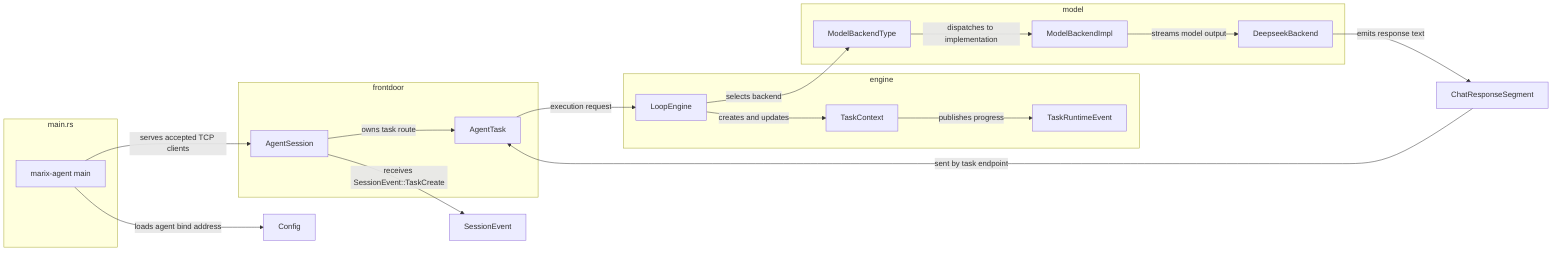
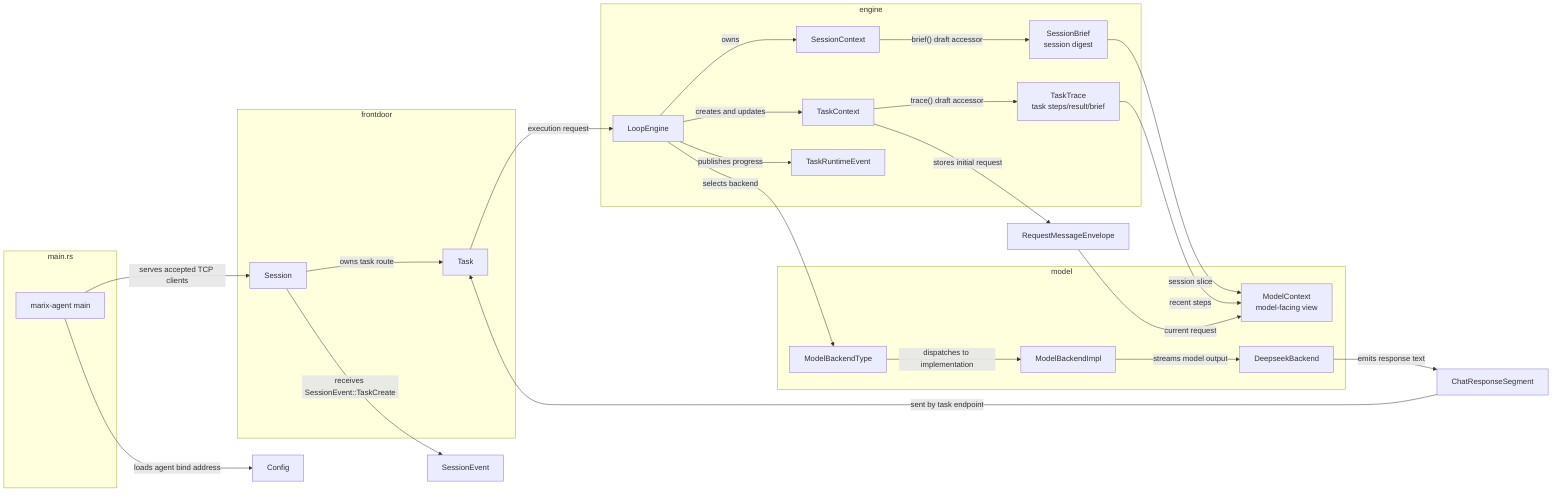
flowchart LR
  subgraph main_rs["main.rs"]
    AgentMain["marix-agent main"]
  end

  subgraph frontdoor["frontdoor"]
-     AgentSession["AgentSession"]
-     AgentTask["AgentTask"]
+     Session["Session"]
+     Task["Task"]
  end

  subgraph engine["engine"]
    LoopEngine["LoopEngine"]
+     SessionContext["SessionContext"]
+     SessionBrief["SessionBrief\nsession digest"]
    TaskContext["TaskContext"]
+     TaskTrace["TaskTrace\ntask steps/result/brief"]
    TaskRuntimeEvent["TaskRuntimeEvent"]
  end

  subgraph model["model"]
+     ModelContext["ModelContext\nmodel-facing view"]
    ModelBackendType["ModelBackendType"]
    ModelBackendImpl["ModelBackendImpl"]
    DeepseekBackend["DeepseekBackend"]
  end

  Config["Config"]
  SessionEvent["SessionEvent"]
+   RequestMessageEnvelope["RequestMessageEnvelope"]
  ChatResponseSegment["ChatResponseSegment"]

  AgentMain -->|"loads agent bind address"| Config
-   AgentMain -->|"serves accepted TCP clients"| AgentSession
-   AgentSession -->|"receives SessionEvent::TaskCreate"| SessionEvent
-   AgentSession -->|"owns task route"| AgentTask
-   AgentTask -->|"execution request"| LoopEngine
+   AgentMain -->|"serves accepted TCP clients"| Session
+   Session -->|"receives SessionEvent::TaskCreate"| SessionEvent
+   Session -->|"owns task route"| Task
+   Task -->|"execution request"| LoopEngine
  LoopEngine -->|"creates and updates"| TaskContext
-   TaskContext -->|"publishes progress"| TaskRuntimeEvent
+   LoopEngine -->|"owns"| SessionContext
+   SessionContext -->|"brief() draft accessor"| SessionBrief
+   TaskContext -->|"stores initial request"| RequestMessageEnvelope
+   TaskContext -->|"trace() draft accessor"| TaskTrace
+   SessionBrief -->|"session slice"| ModelContext
+   TaskTrace -->|"recent steps"| ModelContext
+   RequestMessageEnvelope -->|"current request"| ModelContext
+   LoopEngine -->|"publishes progress"| TaskRuntimeEvent
  LoopEngine -->|"selects backend"| ModelBackendType
  ModelBackendType -->|"dispatches to implementation"| ModelBackendImpl
  ModelBackendImpl -->|"streams model output"| DeepseekBackend
  DeepseekBackend -->|"emits response text"| ChatResponseSegment
-   ChatResponseSegment -->|"sent by task endpoint"| AgentTask
+   ChatResponseSegment -->|"sent by task endpoint"| Task
